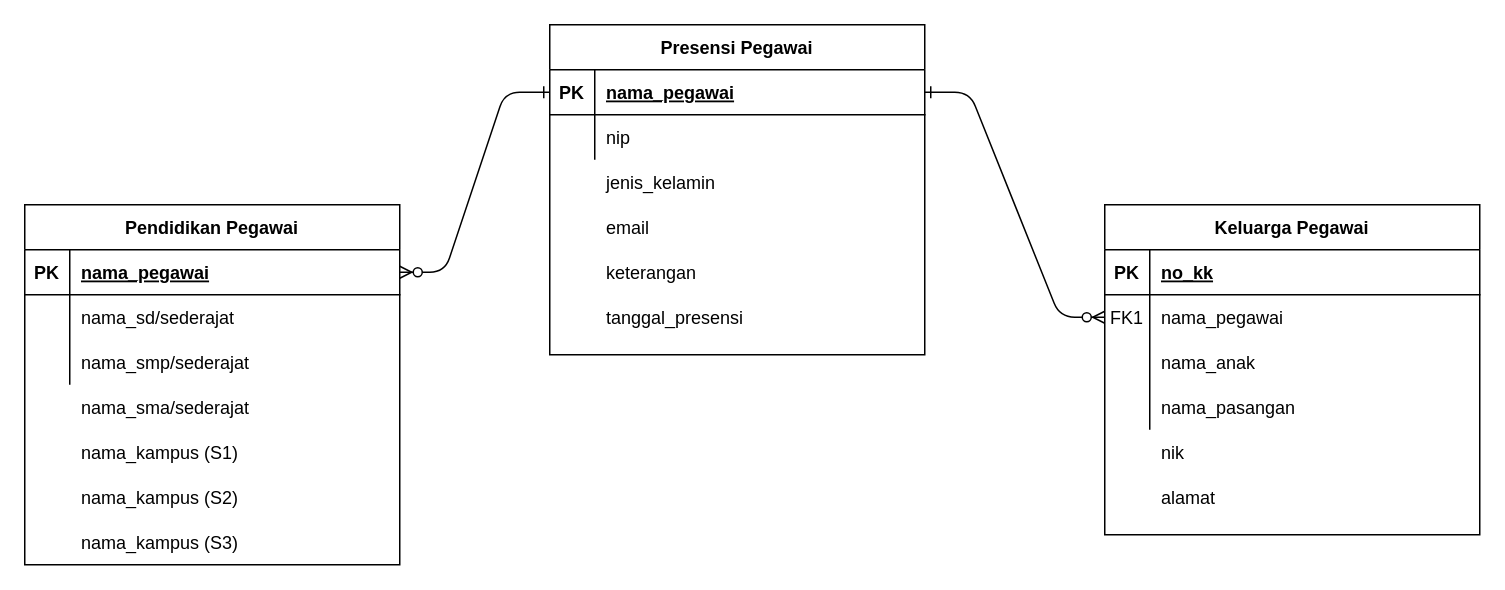
This is Untitled Diagram.drawio from Fazri1/database, a draw.io file, before an edit. Source tidied: cells renumbered, new cells numbered last; positions are measured from the earlier drawing's top-left corner, leaving out a move shared by most shapes. Both pictures are drawn from the tidied source at 150%, with x=0, y=0 at pixel (24, 24).
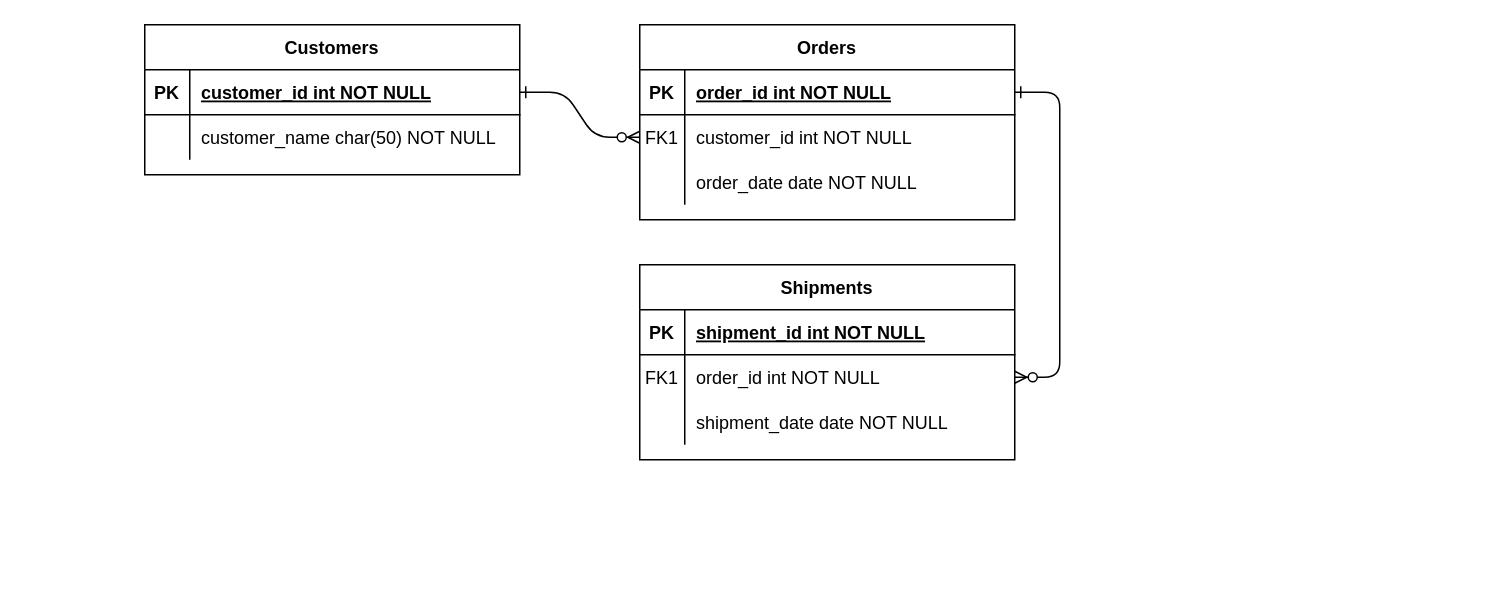
The same diagram, later.

Unchanged cells that the change refers to:
```xml
<mxCell id="5" style="shape=partialRectangle;fillColor=none;points=[[0,0.5],[1,0.5]];portConstraint=eastwest;top=0;left=0;right=0;bottom=1;" parent="4" vertex="1">
  <mxGeometry y="30" width="250" height="30" as="geometry" />
</mxCell>
<mxCell id="8" style="shape=partialRectangle;fillColor=none;points=[[0,0.5],[1,0.5]];portConstraint=eastwest;top=0;left=0;right=0;bottom=0;" parent="4" vertex="1">
  <mxGeometry y="60" width="250" height="30" as="geometry" />
</mxCell>
<mxCell id="18" style="shape=partialRectangle;fillColor=none;points=[[0,0.5],[1,0.5]];portConstraint=eastwest;top=0;left=0;right=0;bottom=1;" parent="17" vertex="1">
  <mxGeometry y="30" width="250" height="30" as="geometry" />
</mxCell>
<mxCell id="21" style="shape=partialRectangle;fillColor=none;points=[[0,0.5],[1,0.5]];portConstraint=eastwest;top=0;left=0;right=0;bottom=0;" parent="17" vertex="1">
  <mxGeometry y="60" width="250" height="30" as="geometry" />
</mxCell>
<mxCell id="24" style="shape=partialRectangle;fillColor=none;top=0;left=0;right=0;bottom=0;" parent="17" vertex="1">
  <mxGeometry y="90" width="250" height="30" as="geometry" />
</mxCell>
<mxCell id="28" style="shape=partialRectangle;fillColor=none;points=[[0,0.5],[1,0.5]];portConstraint=eastwest;top=0;left=0;right=0;bottom=1;" parent="27" vertex="1">
  <mxGeometry y="30" width="250" height="30" as="geometry" />
</mxCell>
<mxCell id="31" style="shape=partialRectangle;fillColor=none;top=0;left=0;right=0;bottom=0;" parent="27" vertex="1">
  <mxGeometry y="60" width="250" height="30" as="geometry" />
</mxCell>
```

The edit, as a diff of the source:
```diff
@@
-    <mxCell id="3" style="edgeStyle=entityRelationEdgeStyle;endArrow=ERzeroToMany;startArrow=ERone;endFill=1;startFill=0;exitX=0;exitY=0.5;exitDx=0;exitDy=0;entryX=1;entryY=0.5;entryDx=0;entryDy=0;" parent="1" edge="1" source="28" target="18">
+    <mxCell id="3" style="edgeStyle=entityRelationEdgeStyle;endArrow=ERzeroToMany;startArrow=ERone;endFill=1;startFill=0;" parent="1" edge="1" source="5" target="21">
       <mxGeometry relative="1" as="geometry" />
     </mxCell>
-    <mxCell id="4" value="Keluarga Pegawai" style="shape=table;startSize=30;childLayout=tableLayout;rowLines=0;fontStyle=1;align=center;" parent="1" vertex="1">
-      <mxGeometry x="720" y="120" width="250" height="220" as="geometry" />
+    <mxCell id="4" value="Orders" style="shape=table;startSize=30;childLayout=tableLayout;rowLines=0;fontStyle=1;align=center;" parent="1" vertex="1">
+      <mxGeometry x="410" width="250" height="130" as="geometry" />
     </mxCell>
@@
-    <mxCell id="7" value="no_kk" style="shape=partialRectangle;overflow=hidden;fillColor=none;top=0;left=0;bottom=0;right=0;align=left;spacingLeft=6;fontStyle=5;" parent="5" vertex="1">
+    <mxCell id="7" value="order_id int NOT NULL " style="shape=partialRectangle;overflow=hidden;fillColor=none;top=0;left=0;bottom=0;right=0;align=left;spacingLeft=6;fontStyle=5;" parent="5" vertex="1">
       <mxGeometry x="30" width="220" height="30" as="geometry" />
     </mxCell>
@@
-    <mxCell id="10" value="nama_pegawai" style="shape=partialRectangle;overflow=hidden;fillColor=none;top=0;left=0;bottom=0;right=0;align=left;spacingLeft=6;" parent="8" vertex="1">
+    <mxCell id="10" value="customer_id int NOT NULL" style="shape=partialRectangle;overflow=hidden;fillColor=none;top=0;left=0;bottom=0;right=0;align=left;spacingLeft=6;" parent="8" vertex="1">
       <mxGeometry x="30" width="220" height="30" as="geometry" />
     </mxCell>
-    <mxCell id="11" style="shape=partialRectangle;fillColor=none;top=0;left=0;right=0;bottom=0;" parent="4" vertex="1">
-      <mxGeometry y="90" width="250" height="30" as="geometry" />
-    </mxCell>
-    <mxCell id="12" style="shape=partialRectangle;overflow=hidden;fillColor=none;top=0;left=0;bottom=0;right=0;" parent="11" vertex="1">
-      <mxGeometry width="30" height="30" as="geometry" />
-    </mxCell>
-    <mxCell id="13" value="nama_anak" style="shape=partialRectangle;overflow=hidden;fillColor=none;top=0;left=0;bottom=0;right=0;align=left;spacingLeft=6;" parent="11" vertex="1">
-      <mxGeometry x="30" width="220" height="30" as="geometry" />
-    </mxCell>
     <mxCell id="14" style="shape=partialRectangle;fillColor=none;top=0;left=0;right=0;bottom=0;" parent="4" vertex="1">
-      <mxGeometry y="120" width="250" height="30" as="geometry" />
+      <mxGeometry y="90" width="250" height="30" as="geometry" />
     </mxCell>
@@
-    <mxCell id="16" value="nama_pasangan" style="shape=partialRectangle;overflow=hidden;fillColor=none;top=0;left=0;bottom=0;right=0;align=left;spacingLeft=6;" parent="14" vertex="1">
+    <mxCell id="16" value="order_date date NOT NULL" style="shape=partialRectangle;overflow=hidden;fillColor=none;top=0;left=0;bottom=0;right=0;align=left;spacingLeft=6;" parent="14" vertex="1">
       <mxGeometry x="30" width="220" height="30" as="geometry" />
     </mxCell>
-    <mxCell id="17" value="Pendidikan Pegawai" style="shape=table;startSize=30;childLayout=tableLayout;rowLines=0;fontStyle=1;align=center;" parent="1" vertex="1">
-      <mxGeometry y="120" width="250" height="240" as="geometry" />
+    <mxCell id="17" value="Shipments" style="shape=table;startSize=30;childLayout=tableLayout;rowLines=0;fontStyle=1;align=center;" parent="1" vertex="1">
+      <mxGeometry x="410" y="160" width="250" height="130" as="geometry" />
     </mxCell>
@@
-    <mxCell id="20" value="nama_pegawai" style="shape=partialRectangle;overflow=hidden;fillColor=none;top=0;left=0;bottom=0;right=0;align=left;spacingLeft=6;fontStyle=5;" parent="18" vertex="1">
+    <mxCell id="20" value="shipment_id int NOT NULL " style="shape=partialRectangle;overflow=hidden;fillColor=none;top=0;left=0;bottom=0;right=0;align=left;spacingLeft=6;fontStyle=5;" parent="18" vertex="1">
       <mxGeometry x="30" width="220" height="30" as="geometry" />
     </mxCell>
@@
-    <mxCell id="22" style="shape=partialRectangle;overflow=hidden;fillColor=none;top=0;left=0;bottom=0;right=0;" parent="21" vertex="1">
+    <mxCell id="22" value="FK1" style="shape=partialRectangle;overflow=hidden;fillColor=none;top=0;left=0;bottom=0;right=0;" parent="21" vertex="1">
       <mxGeometry width="30" height="30" as="geometry" />
     </mxCell>
-    <mxCell id="23" value="nama_sd/sederajat" style="shape=partialRectangle;overflow=hidden;fillColor=none;top=0;left=0;bottom=0;right=0;align=left;spacingLeft=6;" parent="21" vertex="1">
+    <mxCell id="23" value="order_id int NOT NULL" style="shape=partialRectangle;overflow=hidden;fillColor=none;top=0;left=0;bottom=0;right=0;align=left;spacingLeft=6;" parent="21" vertex="1">
       <mxGeometry x="30" width="220" height="30" as="geometry" />
     </mxCell>
@@
-    <mxCell id="26" value="nama_smp/sederajat" style="shape=partialRectangle;overflow=hidden;fillColor=none;top=0;left=0;bottom=0;right=0;align=left;spacingLeft=6;" parent="24" vertex="1">
+    <mxCell id="26" value="shipment_date date NOT NULL" style="shape=partialRectangle;overflow=hidden;fillColor=none;top=0;left=0;bottom=0;right=0;align=left;spacingLeft=6;" parent="24" vertex="1">
       <mxGeometry x="30" width="220" height="30" as="geometry" />
     </mxCell>
-    <mxCell id="27" value="Presensi Pegawai" style="shape=table;startSize=30;childLayout=tableLayout;rowLines=0;fontStyle=1;align=center;" parent="1" vertex="1">
-      <mxGeometry x="350" width="250" height="220" as="geometry" />
+    <mxCell id="27" value="Customers" style="shape=table;startSize=30;childLayout=tableLayout;rowLines=0;fontStyle=1;align=center;" parent="1" vertex="1">
+      <mxGeometry x="80" width="250" height="100" as="geometry" />
     </mxCell>
@@
-    <mxCell id="30" value="nama_pegawai" style="shape=partialRectangle;overflow=hidden;fillColor=none;top=0;left=0;bottom=0;right=0;align=left;spacingLeft=6;fontStyle=5;" parent="28" vertex="1">
+    <mxCell id="30" value="customer_id int NOT NULL " style="shape=partialRectangle;overflow=hidden;fillColor=none;top=0;left=0;bottom=0;right=0;align=left;spacingLeft=6;fontStyle=5;" parent="28" vertex="1">
       <mxGeometry x="30" width="220" height="30" as="geometry" />
     </mxCell>
@@
-    <mxCell id="33" value="nip" style="shape=partialRectangle;overflow=hidden;fillColor=none;top=0;left=0;bottom=0;right=0;align=left;spacingLeft=6;" parent="31" vertex="1">
+    <mxCell id="33" value="customer_name char(50) NOT NULL" style="shape=partialRectangle;overflow=hidden;fillColor=none;top=0;left=0;bottom=0;right=0;align=left;spacingLeft=6;" parent="31" vertex="1">
       <mxGeometry x="30" width="220" height="30" as="geometry" />
     </mxCell>
-    <mxCell id="34" value="jenis_kelamin" style="shape=partialRectangle;overflow=hidden;fillColor=none;top=0;left=0;bottom=0;right=0;align=left;spacingLeft=6;" parent="1" vertex="1">
-      <mxGeometry x="380" y="90" width="220" height="30" as="geometry" />
-    </mxCell>
-    <mxCell id="35" value="email" style="shape=partialRectangle;overflow=hidden;fillColor=none;top=0;left=0;bottom=0;right=0;align=left;spacingLeft=6;" parent="1" vertex="1">
-      <mxGeometry x="380" y="120" width="220" height="30" as="geometry" />
-    </mxCell>
-    <mxCell id="36" value="tanggal_presensi" style="shape=partialRectangle;overflow=hidden;fillColor=none;top=0;left=0;bottom=0;right=0;align=left;spacingLeft=6;" parent="1" vertex="1">
-      <mxGeometry x="380" y="180" width="220" height="30" as="geometry" />
-    </mxCell>
-    <mxCell id="37" value="keterangan" style="shape=partialRectangle;overflow=hidden;fillColor=none;top=0;left=0;bottom=0;right=0;align=left;spacingLeft=6;" parent="1" vertex="1">
-      <mxGeometry x="380" y="150" width="220" height="30" as="geometry" />
-    </mxCell>
-    <mxCell id="38" value="nik" style="shape=partialRectangle;overflow=hidden;fillColor=none;top=0;left=0;bottom=0;right=0;align=left;spacingLeft=6;" parent="1" vertex="1">
-      <mxGeometry x="750" y="270" width="220" height="30" as="geometry" />
-    </mxCell>
-    <mxCell id="39" value="alamat" style="shape=partialRectangle;overflow=hidden;fillColor=none;top=0;left=0;bottom=0;right=0;align=left;spacingLeft=6;" parent="1" vertex="1">
-      <mxGeometry x="750" y="300" width="220" height="30" as="geometry" />
-    </mxCell>
-    <mxCell id="40" value="nama_sma/sederajat" style="shape=partialRectangle;overflow=hidden;fillColor=none;top=0;left=0;bottom=0;right=0;align=left;spacingLeft=6;" parent="1" vertex="1">
-      <mxGeometry x="30" y="240" width="220" height="30" as="geometry" />
-    </mxCell>
-    <mxCell id="41" value="nama_kampus (S1)" style="shape=partialRectangle;overflow=hidden;fillColor=none;top=0;left=0;bottom=0;right=0;align=left;spacingLeft=6;" parent="1" vertex="1">
-      <mxGeometry x="30" y="270" width="220" height="30" as="geometry" />
-    </mxCell>
-    <mxCell id="42" value="nama_kampus (S2)" style="shape=partialRectangle;overflow=hidden;fillColor=none;top=0;left=0;bottom=0;right=0;align=left;spacingLeft=6;" parent="1" vertex="1">
-      <mxGeometry x="30" y="300" width="220" height="30" as="geometry" />
-    </mxCell>
-    <mxCell id="43" value="nama_kampus (S3)" style="shape=partialRectangle;overflow=hidden;fillColor=none;top=0;left=0;bottom=0;right=0;align=left;spacingLeft=6;" parent="1" vertex="1">
-      <mxGeometry x="30" y="330" width="220" height="30" as="geometry" />
-    </mxCell>
```
